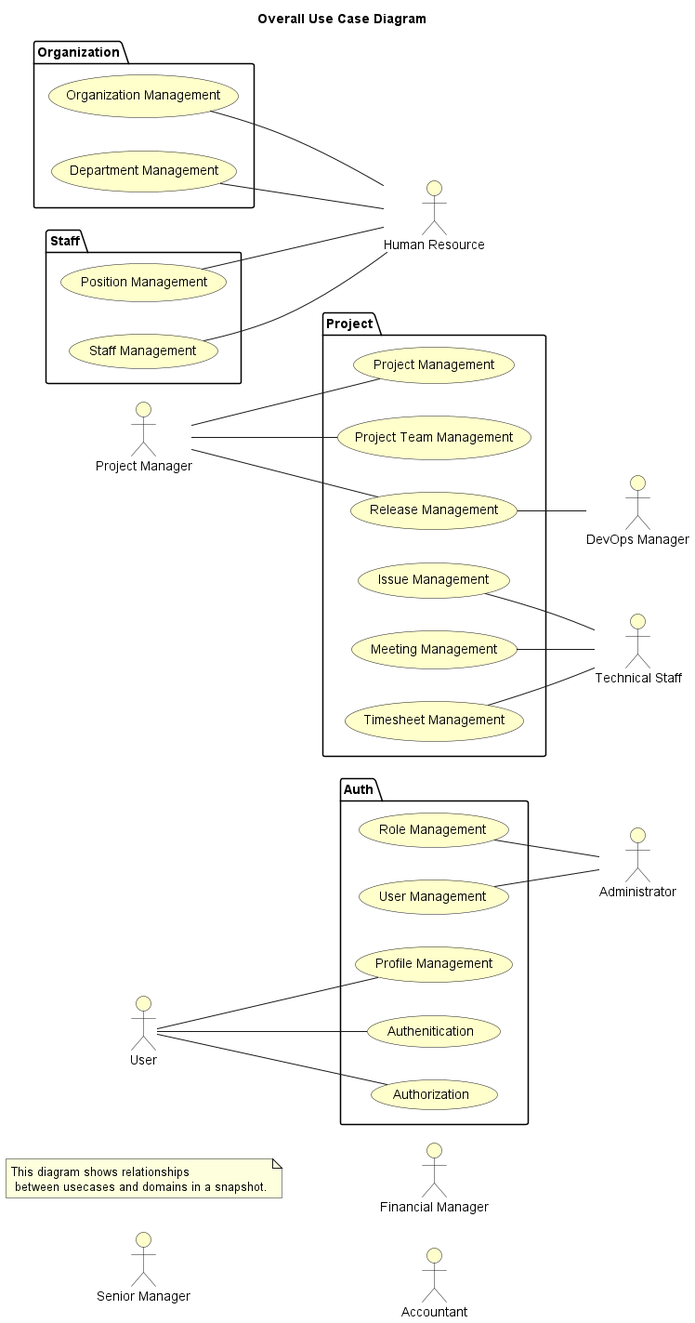
Earlier version of the PlantUML export HorizonUml/out/UseCase/Use Case/Overall/OverallUseCaseDiagram.png (mahyaresteki/Horizon).
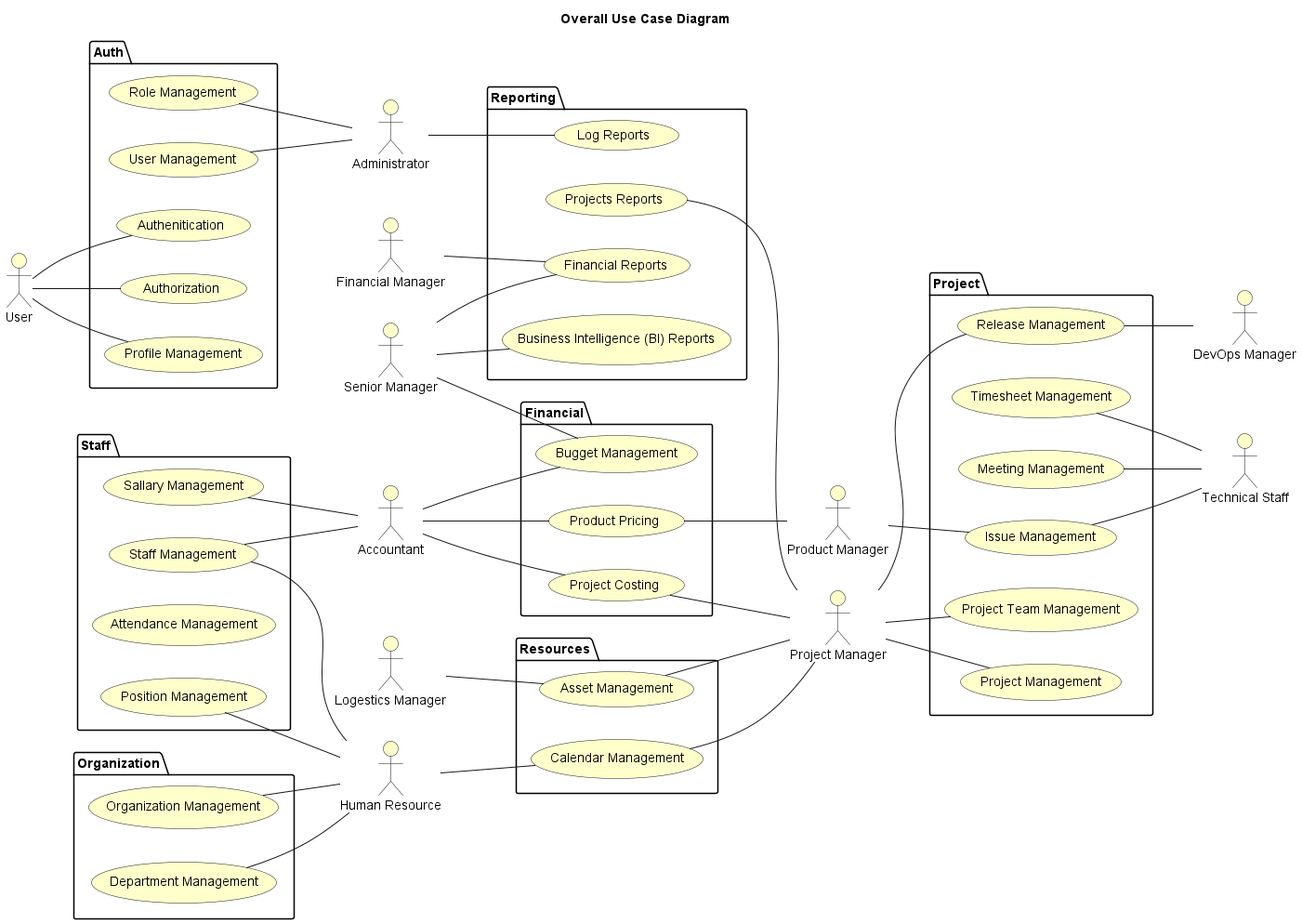
After the change.

Change to the diagram source:
```diff
@@ -5,8 +5,6 @@
 skinparam actorBackgroundColor #Business
 
 title Overall Use Case Diagram
-
-note "This diagram shows relationships \n between usecases and domains in a snapshot." as a
 
 :User: as User
 :Senior Manager: as SeniorManager
@@ -17,6 +15,8 @@
 :Accountant: as Accountant
 :Technical Staff: as TechnicalStaff
 :DevOps Manager: as DevOpsManager
+:Logestics Manager: as LogesticsManager
+:Product Manager: as ProductManager
 
 package "Auth"{
     usecase "Role Management" as roleManagement
@@ -34,6 +34,13 @@
 package "Staff"{
     usecase "Position Management" as positionManagement
     usecase "Staff Management" as staffManagement
+    usecase "Attendance Management" as attendanceManagement
+    usecase "Sallary Management" as sallaryManagement
+}
+
+package "Resources"{
+    usecase "Asset Management" as assetManagement
+    usecase "Calendar Management" as calendarManagement
 }
 
 package "Project"{
@@ -45,23 +52,57 @@
     usecase "Timesheet Management" as timesheetManagement
 }
 
+package "Reporting"{
+    usecase "Business Intelligence (BI) Reports" as biReport
+    usecase "Projects Reports" as projectReport
+    usecase "Financial Reports" as financialReport
+    usecase "Log Reports" as logReport
+}
+
+
+package "Financial"{
+    usecase "Project Costing" as costing
+    usecase "Bugget Management" as bugget
+    usecase "Product Pricing" as pricing
+}
+
+
+
 User -- authentication
 User -- authorization
 User -- profileManagement
 roleManagement -- Admin
 userManagement -- Admin
 staffManagement -- HR
+staffManagement -- Accountant
+sallaryManagement -- Accountant
+Accountant -- costing
+Accountant -- pricing
+Accountant -- bugget
+pricing -- ProductManager
+ProductManager -- issueManagement
+costing -- PMO
+SeniorManager -- bugget
 positionManagement -- HR
 departmentManagement -- HR
 organizationManagement -- HR
 PMO -- projectManagement
 PMO -- projectTeamManagement
 PMO -- releaseManagement
+HR -- calendarManagement
+assetManagement -- PMO
+calendarManagement -- PMO
+LogesticsManager -- assetManagement
 
 releaseManagement -- DevOpsManager
 issueManagement -- TechnicalStaff
 meetingManagement -- TechnicalStaff
 timesheetManagement -- TechnicalStaff
 
+Admin -- logReport
+Fmanager -- financialReport
+SeniorManager -- financialReport
+SeniorManager -- biReport
+projectReport -- PMO
 
 @enduml
```
